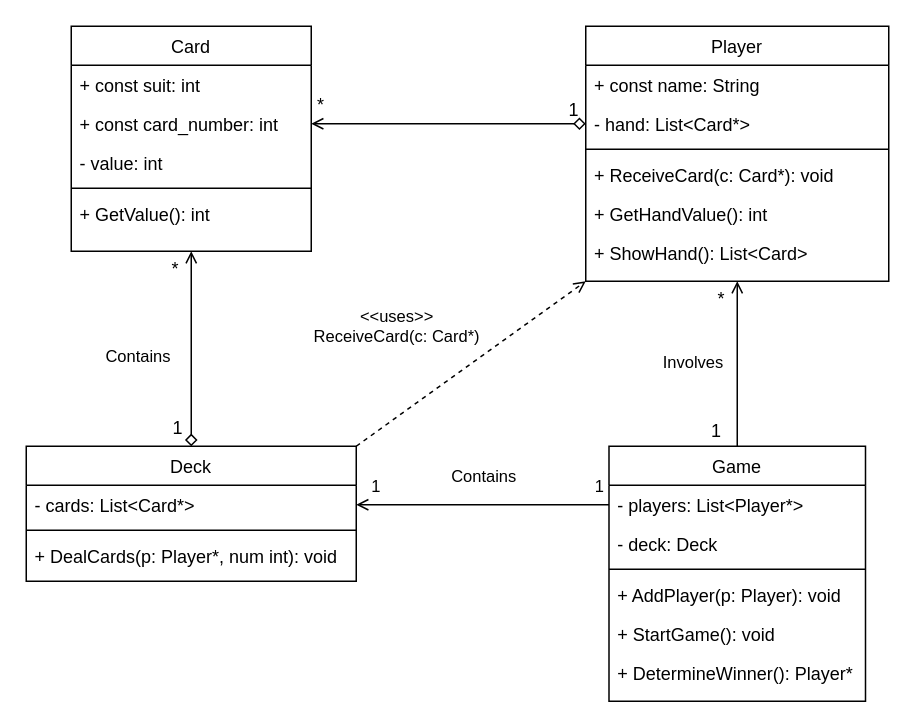
Morsianeren/DeifExercisePublic keeps this draw.io diagram as assets/src/Deif exercise.drawio. Above is the earlier version. Source tidied: cells renumbered, new cells numbered last; positions are measured from the earlier drawing's top-left corner, leaving out a move shared by most shapes. Both pictures are drawn from the tidied source at 150%, with x=0, y=0 at pixel (26, 26).
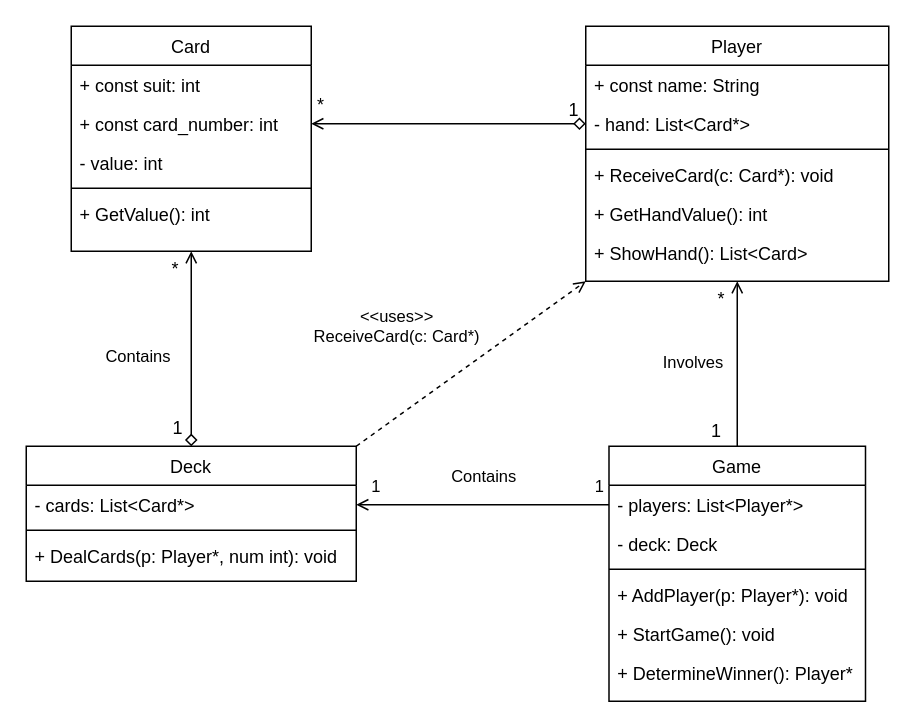
Above is the later version.

Commit message (it also covers changes not shown here):
Fix: Wrong syntan in domain model

Unchanged cells that the change refers to:
```xml
<mxCell id="19" value="Game" style="swimlane;fontStyle=0;align=center;verticalAlign=top;horizontal=1;startSize=26;rounded=0;shadow=0;strokeWidth=1;" parent="1" vertex="1">
  <mxGeometry x="388.5" y="280" width="171" height="170" as="geometry" />
</mxCell>
```

What changed in the source:
```diff
@@
-    <mxCell id="23" value="+ AddPlayer(p: Player): void" style="text;align=left;verticalAlign=top;spacingLeft=4;spacingRight=4;overflow=hidden;" parent="19" vertex="1">
+    <mxCell id="23" value="+ AddPlayer(p: Player*): void" style="text;align=left;verticalAlign=top;spacingLeft=4;spacingRight=4;overflow=hidden;" parent="19" vertex="1">
       <mxGeometry y="86" width="171" height="26" as="geometry" />
     </mxCell>
```
